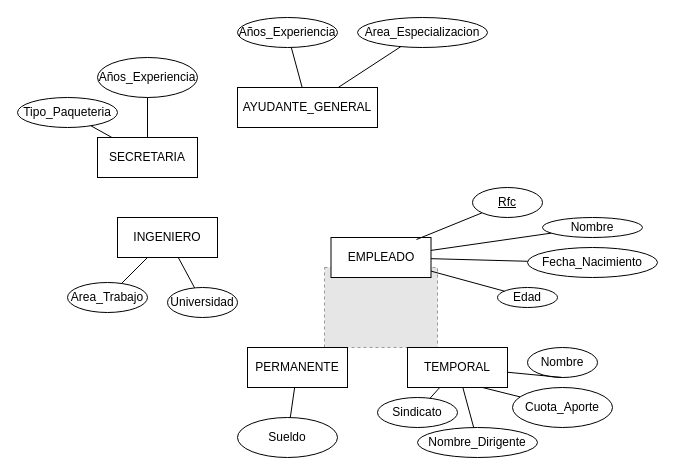
The draw.io diagram Contrataciones.drawio in IsraMejia/DiagramasEntidadRelacion, before the edit. Source tidied: cells renumbered, new cells numbered last; positions are measured from the earlier drawing's top-left corner, leaving out a move shared by most shapes. Both pictures are drawn from the tidied source at 100%, with x=0, y=0 at pixel (17, 17). Pictures stored in the file or linked from it are replaced by grey dashed boxes.
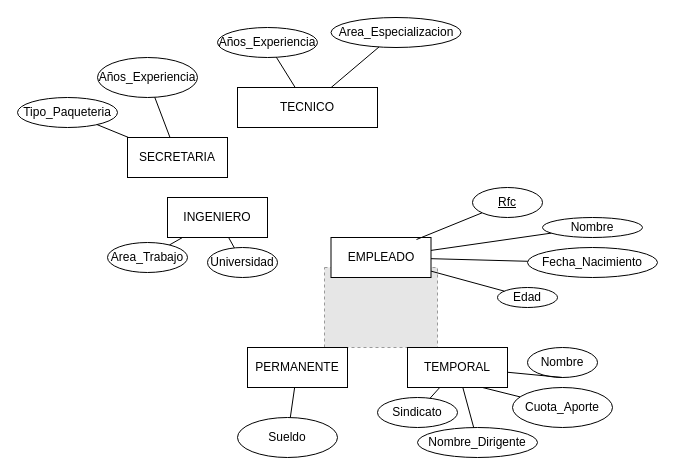
The same page after the edit.

Change to the diagram source:
```diff
@@
     <mxCell id="16" value="INGENIERO" style="whiteSpace=wrap;html=1;align=center;" parent="1" vertex="1">
-      <mxGeometry x="100" y="200" width="100" height="40" as="geometry" />
+      <mxGeometry x="150" y="180" width="100" height="40" as="geometry" />
     </mxCell>
     <mxCell id="17" value="SECRETARIA" style="whiteSpace=wrap;html=1;align=center;" parent="1" vertex="1">
-      <mxGeometry x="80" y="120" width="100" height="40" as="geometry" />
+      <mxGeometry x="110" y="120" width="100" height="40" as="geometry" />
     </mxCell>
-    <mxCell id="18" value="AYUDANTE_GENERAL" style="whiteSpace=wrap;html=1;align=center;" parent="1" vertex="1">
+    <mxCell id="18" value="TECNICO" style="whiteSpace=wrap;html=1;align=center;" parent="1" vertex="1">
       <mxGeometry x="220" y="70" width="140" height="40" as="geometry" />
     </mxCell>
@@
     <mxCell id="27" value="Area_Trabajo" style="ellipse;whiteSpace=wrap;html=1;align=center;" parent="1" vertex="1">
-      <mxGeometry x="50" y="265" width="80" height="30" as="geometry" />
+      <mxGeometry x="90" y="225" width="80" height="30" as="geometry" />
     </mxCell>
     <mxCell id="28" value="Universidad" style="ellipse;whiteSpace=wrap;html=1;align=center;" parent="1" vertex="1">
-      <mxGeometry x="150" y="270" width="70" height="30" as="geometry" />
+      <mxGeometry x="190" y="230" width="70" height="30" as="geometry" />
     </mxCell>
@@
     <mxCell id="35" value="Años_Experiencia" style="ellipse;whiteSpace=wrap;html=1;align=center;" parent="1" vertex="1">
-      <mxGeometry x="220" width="100" height="30" as="geometry" />
+      <mxGeometry x="200" y="10" width="100" height="30" as="geometry" />
     </mxCell>
     <mxCell id="36" value="Area_Especializacion" style="ellipse;whiteSpace=wrap;html=1;align=center;" parent="1" vertex="1">
-      <mxGeometry x="340" width="130" height="30" as="geometry" />
+      <mxGeometry x="313.5" width="130" height="30" as="geometry" />
     </mxCell>
```
